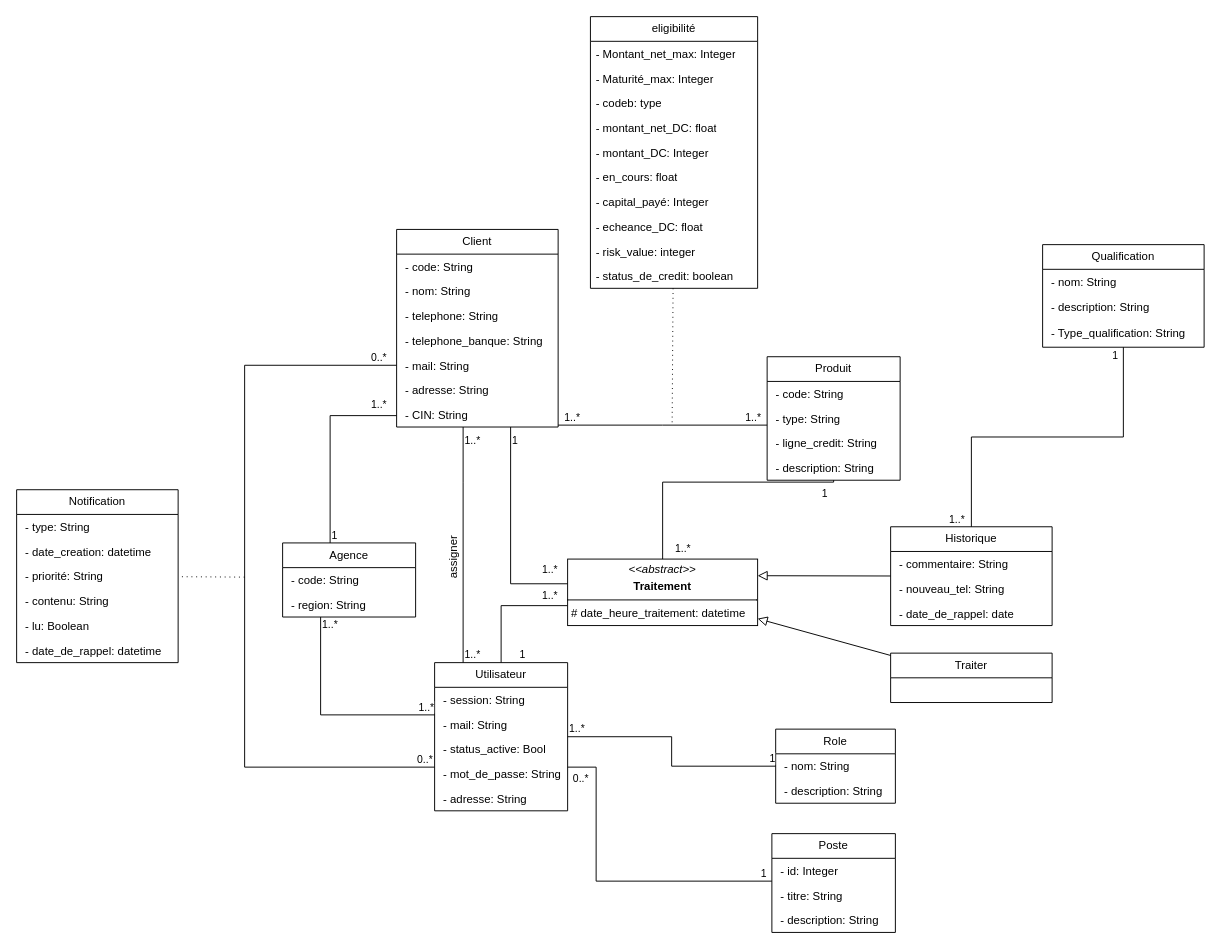
This is diagram.drawio from 34arsonEddy/ABM, a draw.io file, before an edit. Source tidied: cells renumbered, new cells numbered last; positions are measured from the earlier drawing's top-left corner, leaving out a move shared by most shapes. Both pictures are drawn from the tidied source at 95%, with x=0, y=0 at pixel (16, 16).
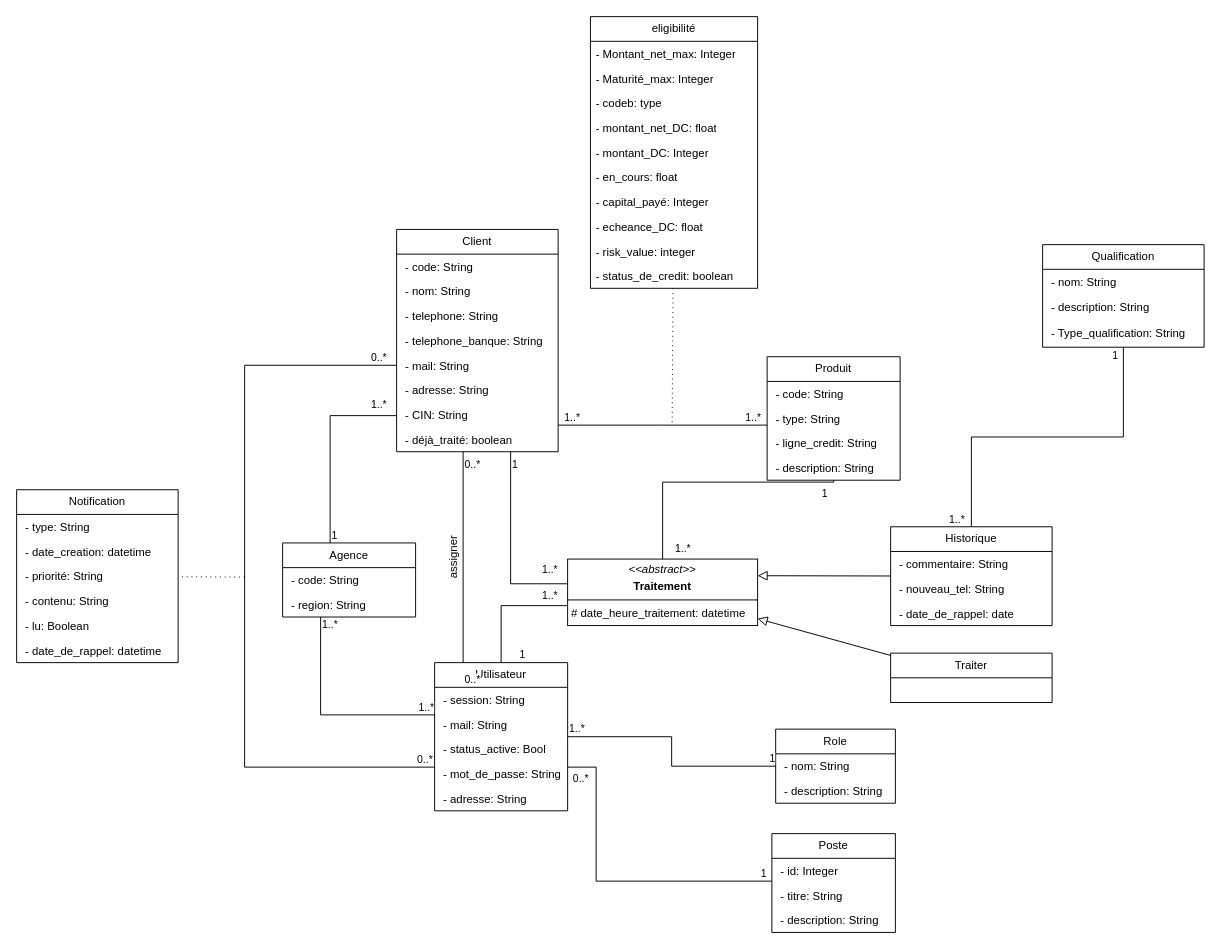
Above is the later version.

Commit message:
Mettre à jour diagram.drawio

Unchanged cells that the change refers to:
```xml
<mxCell id="95" style="endArrow=none;html=1;edgeStyle=orthogonalEdgeStyle;rounded=0;" parent="1" edge="1" source="2" target="18">
  <mxGeometry relative="1" as="geometry">
    <Array as="points">
      <mxPoint x="470" y="490" />
      <mxPoint x="470" y="490" />
    </Array>
  </mxGeometry>
</mxCell>
```

Change to the diagram source:
```diff
@@
     <mxCell id="2" value="Client" style="swimlane;fontStyle=0;horizontal=1;startSize=26;fillColor=none;whiteSpace=wrap;html=1;" parent="1" vertex="1">
-      <mxGeometry x="400" y="224" width="170" height="208" as="geometry" />
+      <mxGeometry x="400" y="224" width="170" height="234" as="geometry" />
     </mxCell>
@@
+    <mxCell id="99" value="&amp;nbsp;- déjà_traité: boolean" style="text;strokeColor=none;fillColor=none;align=left;verticalAlign=top;spacingLeft=4;spacingRight=4;overflow=hidden;whiteSpace=wrap;html=1;" parent="2" vertex="1">
+      <mxGeometry y="208" width="170" height="26" as="geometry" />
+    </mxCell>
@@
-    <mxCell id="96" value="1..*" style="edgeLabel;html=1;align=left;verticalAlign=bottom;" parent="95" vertex="1">
+    <mxCell id="96" value="0..*" style="edgeLabel;html=1;align=left;verticalAlign=bottom;" parent="95" vertex="1">
       <mxGeometry x="-1" relative="1" as="geometry">
         <mxPoint y="22" as="offset" />
       </mxGeometry>
     </mxCell>
-    <mxCell id="97" value="1..*" style="edgeLabel;html=1;align=left;verticalAlign=bottom;" parent="95" vertex="1">
+    <mxCell id="97" value="0..*" style="edgeLabel;html=1;align=left;verticalAlign=bottom;" parent="95" vertex="1">
       <mxGeometry x="-1" relative="1" as="geometry">
         <mxPoint y="248" as="offset" />
       </mxGeometry>
     </mxCell>
```
